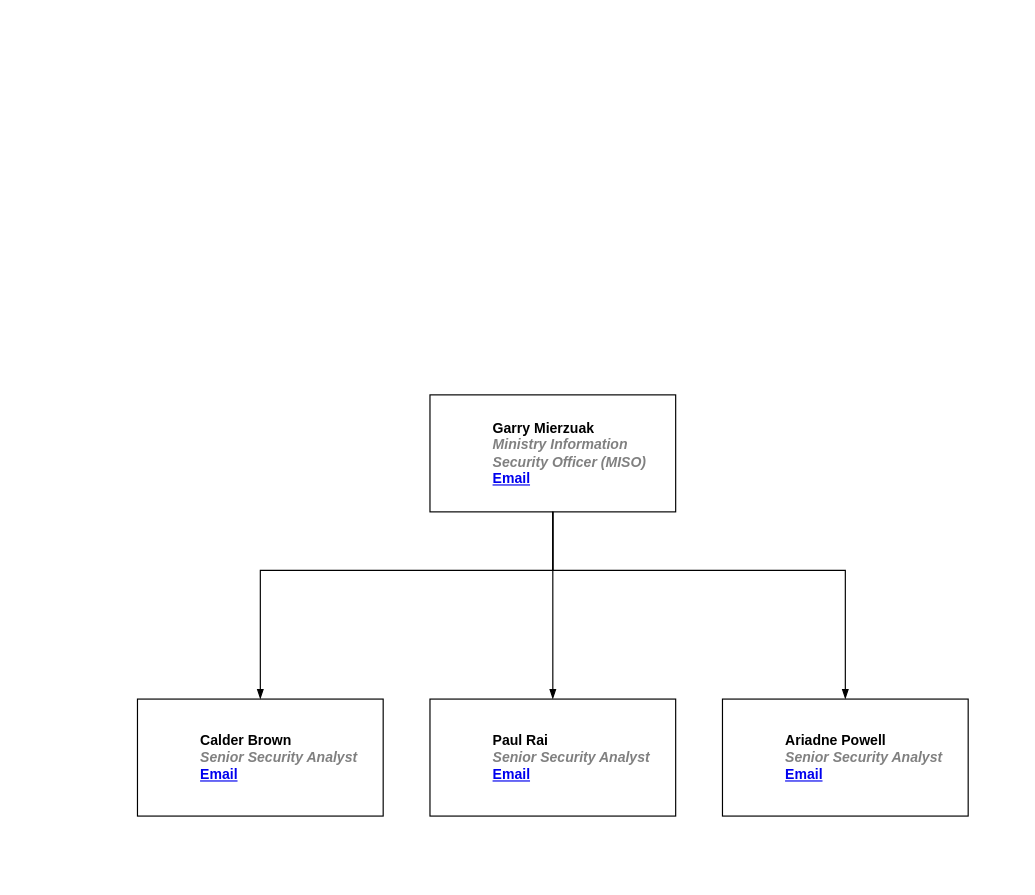
This is page "ISP-Information Privacy and Security org chart" (2 of 4) of Untitled Diagram.drawio from ThindK/myrepo, a draw.io file, before an edit. Source tidied: cells renumbered, new cells numbered last; positions are measured from the earlier drawing's top-left corner, leaving out a move shared by most shapes. Both pictures are drawn from the tidied source at 117%, with x=0, y=0 at pixel (137, 394).
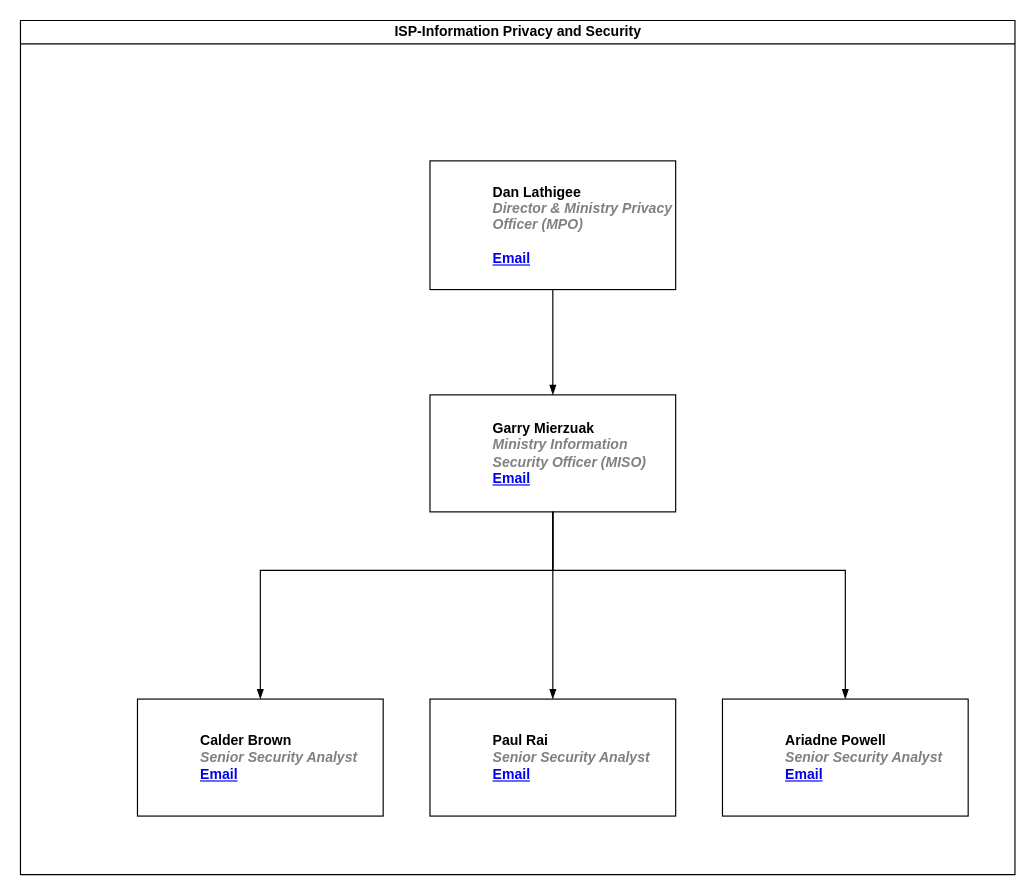
After the change.

The edit, as a diff of the source:
```diff
@@
 <mxGraphModel>
   <root>
     <mxCell id="0" />
     <mxCell id="1" parent="0" />
     <mxCell id="2" value="Garry Mierzuak&lt;br&gt;&lt;i style=&quot;color: gray&quot;&gt;Ministry Information Security Officer (MISO)&lt;/i&gt;&lt;br&gt;&lt;a href=&quot;mailto:Garry.Mierzuak@gov.bc.ca&quot;&gt;Email&lt;/a&gt;" style="label;whiteSpace=wrap;html=1;rounded=0;glass=0;" parent="1" vertex="1">
       <mxGeometry x="250" width="210" height="100" as="geometry" />
     </mxCell>
     <mxCell id="3" style="endArrow=blockThin;endFill=1;fontSize=11;edgeStyle=elbowEdgeStyle;elbow=vertical;rounded=0;exitX=0.5;exitY=1;exitDx=0;exitDy=0;" parent="1" edge="1" source="2" target="4">
       <mxGeometry relative="1" as="geometry" />
     </mxCell>
     <mxCell id="4" value="Paul Rai&lt;br&gt;&lt;i style=&quot;color: gray&quot;&gt;Senior Security Analyst&lt;/i&gt;&lt;br&gt;&lt;a href=&quot;mailto:Paul.Rai@gov.bc.ca&quot;&gt;Email&lt;/a&gt;" style="label;whiteSpace=wrap;html=1;rounded=0;glass=0;" parent="1" vertex="1">
       <mxGeometry x="250" y="260" width="210" height="100" as="geometry" />
     </mxCell>
     <mxCell id="5" style="endArrow=blockThin;endFill=1;fontSize=11;edgeStyle=elbowEdgeStyle;elbow=vertical;rounded=0;exitX=0.5;exitY=1;exitDx=0;exitDy=0;" parent="1" edge="1" source="2" target="6">
       <mxGeometry relative="1" as="geometry">
         <Array as="points">
           <mxPoint x="400" y="150" />
           <mxPoint x="350" y="430" />
         </Array>
       </mxGeometry>
     </mxCell>
     <mxCell id="6" value="Ariadne Powell&lt;br&gt;&lt;i style=&quot;color: gray&quot;&gt;Senior Security Analyst&lt;/i&gt;&lt;br&gt;&lt;a href=&quot;mailto:Ariadne.Powell@gov.bc.ca&quot;&gt;Email&lt;/a&gt;" style="label;whiteSpace=wrap;html=1;rounded=0;glass=0;" parent="1" vertex="1">
       <mxGeometry x="500" y="260" width="210" height="100" as="geometry" />
     </mxCell>
     <mxCell id="7" value="Calder Brown&lt;br&gt;&lt;i style=&quot;color: gray&quot;&gt;Senior Security Analyst&lt;/i&gt;&lt;br&gt;&lt;a href=&quot;mailto:Calder.Brown@gov.bc.ca&quot;&gt;Email&lt;/a&gt;" style="label;whiteSpace=wrap;html=1;rounded=0;glass=0;" parent="1" vertex="1">
       <mxGeometry y="260" width="210" height="100" as="geometry" />
     </mxCell>
     <mxCell id="8" style="endArrow=blockThin;endFill=1;fontSize=11;edgeStyle=elbowEdgeStyle;elbow=vertical;rounded=0;exitX=0.5;exitY=1;exitDx=0;exitDy=0;entryX=0.5;entryY=0;entryDx=0;entryDy=0;" parent="1" edge="1" source="2" target="7">
       <mxGeometry relative="1" as="geometry">
         <Array as="points">
           <mxPoint x="280" y="150" />
           <mxPoint x="210" y="430" />
         </Array>
       </mxGeometry>
     </mxCell>
+    <mxCell id="9" value="Dan Lathigee&lt;br&gt;&lt;i style=&quot;color: gray&quot;&gt;Director &amp;amp; Ministry Privacy Officer (MPO)&#10;&lt;/i&gt;&lt;br&gt;&lt;a href=&quot;mailto:Dan.Lathigee@gov.bc.ca&quot;&gt;Email&lt;/a&gt;" style="label;whiteSpace=wrap;html=1;rounded=0;glass=0;" parent="1" vertex="1">
+      <mxGeometry x="250" y="-200" width="210" height="110" as="geometry" />
+    </mxCell>
+    <mxCell id="10" style="endArrow=blockThin;endFill=1;fontSize=11;edgeStyle=elbowEdgeStyle;elbow=vertical;rounded=0;exitX=0.5;exitY=1;exitDx=0;exitDy=0;" parent="1" edge="1" source="9">
+      <mxGeometry relative="1" as="geometry">
+        <mxPoint x="355" as="targetPoint" />
+      </mxGeometry>
+    </mxCell>
+    <mxCell id="11" value="ISP-Information Privacy and Security" style="swimlane;html=1;startSize=20;horizontal=1;containerType=tree;glass=0;" parent="1" vertex="1">
+      <mxGeometry x="-100" y="-320" width="850" height="730" as="geometry" />
+    </mxCell>
   </root>
 </mxGraphModel>
```
